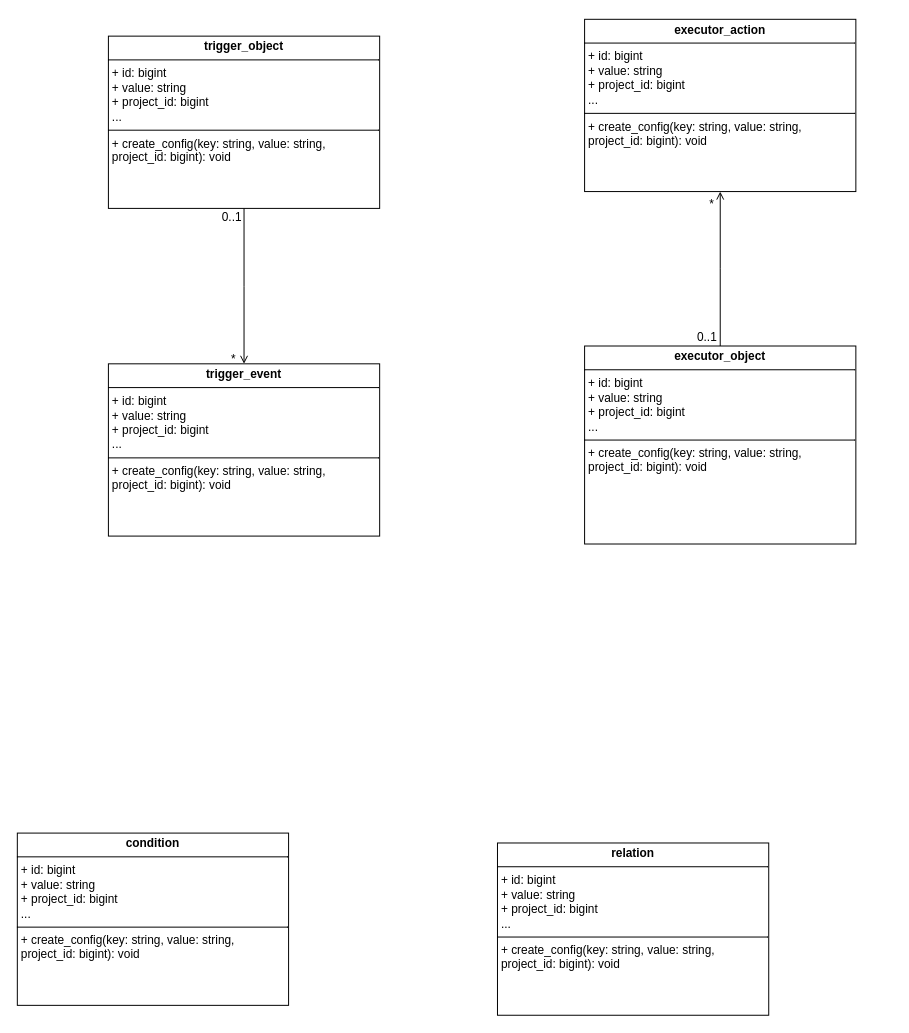
Earlier version of the draw.io diagram 自动化协作类图.drawio (qf2020/drawio). Source tidied: cells renumbered, new cells numbered last; positions are measured from the earlier drawing's top-left corner, leaving out a move shared by most shapes. Both pictures are drawn from the tidied source at 99%, with x=0, y=0 at pixel (17, 19).
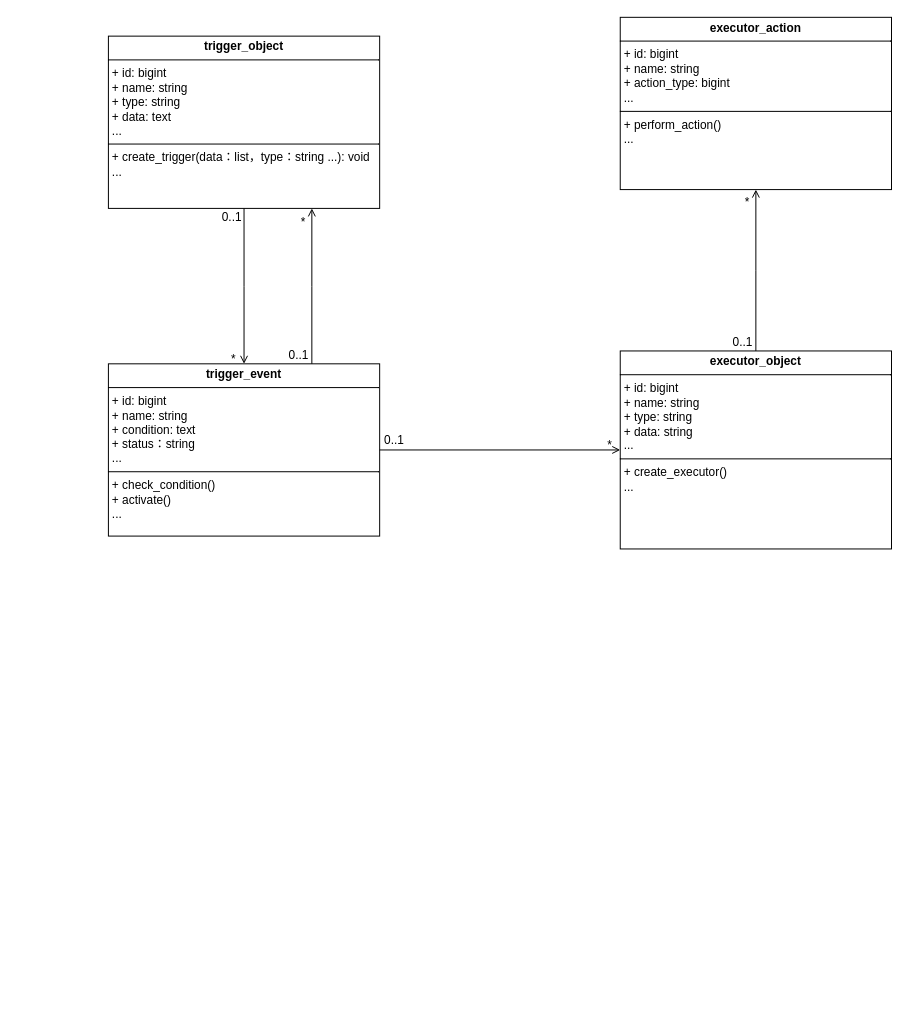
Above is the later version.

Commit message:
更新自动化协作类图.drawio

The edit, as a diff of the source:
```diff
@@
-    <mxCell id="2" value="&lt;p style=&quot;margin:0px;margin-top:4px;text-align:center;&quot;&gt;&lt;b&gt;trigger_object&lt;/b&gt;&lt;/p&gt;&lt;hr size=&quot;1&quot; style=&quot;border-style:solid;&quot;&gt;&lt;p style=&quot;margin:0px;margin-left:4px;&quot;&gt;&lt;span style=&quot;background-color: transparent; color: light-dark(rgb(0, 0, 0), rgb(255, 255, 255));&quot;&gt;+ id: bigint&lt;/span&gt;&lt;/p&gt;&lt;p style=&quot;margin:0px;margin-left:4px;&quot;&gt;&lt;span style=&quot;background-color: transparent; color: light-dark(rgb(0, 0, 0), rgb(255, 255, 255));&quot;&gt;+ value: string&lt;/span&gt;&lt;/p&gt;&lt;p style=&quot;margin:0px;margin-left:4px;&quot;&gt;+ project_id: bigint&lt;/p&gt;&lt;p style=&quot;margin:0px;margin-left:4px;&quot;&gt;...&lt;/p&gt;&lt;hr size=&quot;1&quot; style=&quot;border-style:solid;&quot;&gt;&lt;p style=&quot;margin:0px;margin-left:4px;&quot;&gt;&lt;span style=&quot;background-color: transparent; color: light-dark(rgb(0, 0, 0), rgb(255, 255, 255));&quot;&gt;+ create_config(key: string, value: string, project_id: bigint): void&lt;/span&gt;&lt;/p&gt;&lt;p style=&quot;margin:0px;margin-left:4px;&quot;&gt;&lt;br&gt;&lt;/p&gt;" style="verticalAlign=top;align=left;overflow=fill;html=1;whiteSpace=wrap;" parent="1" vertex="1">
+    <mxCell id="2" value="&lt;p style=&quot;margin:0px;margin-top:4px;text-align:center;&quot;&gt;&lt;b&gt;trigger_object&lt;/b&gt;&lt;/p&gt;&lt;hr size=&quot;1&quot; style=&quot;border-style:solid;&quot;&gt;&lt;p style=&quot;margin:0px;margin-left:4px;&quot;&gt;&lt;span style=&quot;background-color: transparent; color: light-dark(rgb(0, 0, 0), rgb(255, 255, 255));&quot;&gt;+ id: bigint&lt;/span&gt;&lt;/p&gt;&lt;p style=&quot;margin:0px;margin-left:4px;&quot;&gt;&lt;span style=&quot;background-color: transparent; color: light-dark(rgb(0, 0, 0), rgb(255, 255, 255));&quot;&gt;+ name: string&lt;/span&gt;&lt;/p&gt;&lt;p style=&quot;margin:0px;margin-left:4px;&quot;&gt;+ type: string&lt;/p&gt;&lt;p style=&quot;margin:0px;margin-left:4px;&quot;&gt;+ data: text&lt;/p&gt;&lt;p style=&quot;margin:0px;margin-left:4px;&quot;&gt;...&lt;/p&gt;&lt;hr size=&quot;1&quot; style=&quot;border-style:solid;&quot;&gt;&lt;p style=&quot;margin:0px;margin-left:4px;&quot;&gt;&lt;span style=&quot;background-color: transparent; color: light-dark(rgb(0, 0, 0), rgb(255, 255, 255));&quot;&gt;+ create_trigger(data：list，type：string ...): void&lt;/span&gt;&lt;/p&gt;&lt;p style=&quot;margin:0px;margin-left:4px;&quot;&gt;...&lt;/p&gt;&lt;p style=&quot;margin:0px;margin-left:4px;&quot;&gt;&lt;br&gt;&lt;/p&gt;" style="verticalAlign=top;align=left;overflow=fill;html=1;whiteSpace=wrap;" parent="1" vertex="1">
       <mxGeometry x="92" y="17" width="274" height="174" as="geometry" />
     </mxCell>
-    <mxCell id="3" value="&lt;p style=&quot;margin:0px;margin-top:4px;text-align:center;&quot;&gt;&lt;b&gt;executor_object&lt;/b&gt;&lt;/p&gt;&lt;hr size=&quot;1&quot; style=&quot;border-style:solid;&quot;&gt;&lt;p style=&quot;margin:0px;margin-left:4px;&quot;&gt;&lt;span style=&quot;background-color: transparent; color: light-dark(rgb(0, 0, 0), rgb(255, 255, 255));&quot;&gt;+ id: bigint&lt;/span&gt;&lt;/p&gt;&lt;p style=&quot;margin:0px;margin-left:4px;&quot;&gt;&lt;span style=&quot;background-color: transparent; color: light-dark(rgb(0, 0, 0), rgb(255, 255, 255));&quot;&gt;+ value: string&lt;/span&gt;&lt;/p&gt;&lt;p style=&quot;margin:0px;margin-left:4px;&quot;&gt;+ project_id: bigint&lt;/p&gt;&lt;p style=&quot;margin:0px;margin-left:4px;&quot;&gt;...&lt;/p&gt;&lt;hr size=&quot;1&quot; style=&quot;border-style:solid;&quot;&gt;&lt;p style=&quot;margin:0px;margin-left:4px;&quot;&gt;&lt;span style=&quot;background-color: transparent; color: light-dark(rgb(0, 0, 0), rgb(255, 255, 255));&quot;&gt;+ create_config(key: string, value: string, project_id: bigint): void&lt;/span&gt;&lt;/p&gt;&lt;p style=&quot;margin:0px;margin-left:4px;&quot;&gt;&lt;br&gt;&lt;/p&gt;" style="verticalAlign=top;align=left;overflow=fill;html=1;whiteSpace=wrap;" parent="1" vertex="1">
-      <mxGeometry x="573" y="330" width="274" height="200" as="geometry" />
+    <mxCell id="3" value="&lt;p style=&quot;margin:0px;margin-top:4px;text-align:center;&quot;&gt;&lt;b&gt;executor_object&lt;/b&gt;&lt;/p&gt;&lt;hr size=&quot;1&quot; style=&quot;border-style:solid;&quot;&gt;&lt;p style=&quot;margin: 0px 0px 0px 4px;&quot;&gt;&lt;span style=&quot;background-color: transparent; color: light-dark(rgb(0, 0, 0), rgb(255, 255, 255));&quot;&gt;+ id: bigint&lt;/span&gt;&lt;/p&gt;&lt;p style=&quot;margin: 0px 0px 0px 4px;&quot;&gt;&lt;span style=&quot;background-color: transparent; color: light-dark(rgb(0, 0, 0), rgb(255, 255, 255));&quot;&gt;+ name: string&lt;/span&gt;&lt;/p&gt;&lt;p style=&quot;margin: 0px 0px 0px 4px;&quot;&gt;+ type: string&lt;/p&gt;&lt;p style=&quot;margin: 0px 0px 0px 4px;&quot;&gt;+ data: string&lt;/p&gt;&lt;p style=&quot;margin: 0px 0px 0px 4px;&quot;&gt;...&lt;/p&gt;&lt;hr size=&quot;1&quot; style=&quot;border-style:solid;&quot;&gt;&lt;p style=&quot;margin:0px;margin-left:4px;&quot;&gt;&lt;span style=&quot;background-color: transparent; color: light-dark(rgb(0, 0, 0), rgb(255, 255, 255));&quot;&gt;+ create_executor()&lt;/span&gt;&lt;/p&gt;&lt;p style=&quot;margin:0px;margin-left:4px;&quot;&gt;&lt;span style=&quot;background-color: transparent; color: light-dark(rgb(0, 0, 0), rgb(255, 255, 255));&quot;&gt;...&lt;/span&gt;&lt;/p&gt;&lt;p style=&quot;margin:0px;margin-left:4px;&quot;&gt;&lt;br&gt;&lt;/p&gt;" style="verticalAlign=top;align=left;overflow=fill;html=1;whiteSpace=wrap;" parent="1" vertex="1">
+      <mxGeometry x="609" y="335" width="274" height="200" as="geometry" />
     </mxCell>
-    <mxCell id="4" value="&lt;p style=&quot;margin:0px;margin-top:4px;text-align:center;&quot;&gt;&lt;b&gt;condition&lt;/b&gt;&lt;/p&gt;&lt;hr size=&quot;1&quot; style=&quot;border-style:solid;&quot;&gt;&lt;p style=&quot;margin:0px;margin-left:4px;&quot;&gt;&lt;span style=&quot;background-color: transparent; color: light-dark(rgb(0, 0, 0), rgb(255, 255, 255));&quot;&gt;+ id: bigint&lt;/span&gt;&lt;/p&gt;&lt;p style=&quot;margin:0px;margin-left:4px;&quot;&gt;&lt;span style=&quot;background-color: transparent; color: light-dark(rgb(0, 0, 0), rgb(255, 255, 255));&quot;&gt;+ value: string&lt;/span&gt;&lt;/p&gt;&lt;p style=&quot;margin:0px;margin-left:4px;&quot;&gt;+ project_id: bigint&lt;/p&gt;&lt;p style=&quot;margin:0px;margin-left:4px;&quot;&gt;...&lt;/p&gt;&lt;hr size=&quot;1&quot; style=&quot;border-style:solid;&quot;&gt;&lt;p style=&quot;margin:0px;margin-left:4px;&quot;&gt;&lt;span style=&quot;background-color: transparent; color: light-dark(rgb(0, 0, 0), rgb(255, 255, 255));&quot;&gt;+ create_config(key: string, value: string, project_id: bigint): void&lt;/span&gt;&lt;/p&gt;&lt;p style=&quot;margin:0px;margin-left:4px;&quot;&gt;&lt;br&gt;&lt;/p&gt;" style="verticalAlign=top;align=left;overflow=fill;html=1;whiteSpace=wrap;" parent="1" vertex="1">
-      <mxGeometry y="822" width="274" height="174" as="geometry" />
-    </mxCell>
-    <mxCell id="5" value="&lt;p style=&quot;margin:0px;margin-top:4px;text-align:center;&quot;&gt;&lt;b&gt;relation&lt;/b&gt;&lt;/p&gt;&lt;hr size=&quot;1&quot; style=&quot;border-style:solid;&quot;&gt;&lt;p style=&quot;margin:0px;margin-left:4px;&quot;&gt;&lt;span style=&quot;background-color: transparent; color: light-dark(rgb(0, 0, 0), rgb(255, 255, 255));&quot;&gt;+ id: bigint&lt;/span&gt;&lt;/p&gt;&lt;p style=&quot;margin:0px;margin-left:4px;&quot;&gt;&lt;span style=&quot;background-color: transparent; color: light-dark(rgb(0, 0, 0), rgb(255, 255, 255));&quot;&gt;+ value: string&lt;/span&gt;&lt;/p&gt;&lt;p style=&quot;margin:0px;margin-left:4px;&quot;&gt;+ project_id: bigint&lt;/p&gt;&lt;p style=&quot;margin:0px;margin-left:4px;&quot;&gt;...&lt;/p&gt;&lt;hr size=&quot;1&quot; style=&quot;border-style:solid;&quot;&gt;&lt;p style=&quot;margin:0px;margin-left:4px;&quot;&gt;&lt;span style=&quot;background-color: transparent; color: light-dark(rgb(0, 0, 0), rgb(255, 255, 255));&quot;&gt;+ create_config(key: string, value: string, project_id: bigint): void&lt;/span&gt;&lt;/p&gt;&lt;p style=&quot;margin:0px;margin-left:4px;&quot;&gt;&lt;br&gt;&lt;/p&gt;" style="verticalAlign=top;align=left;overflow=fill;html=1;whiteSpace=wrap;" parent="1" vertex="1">
-      <mxGeometry x="485" y="832" width="274" height="174" as="geometry" />
-    </mxCell>
-    <mxCell id="6" value="&lt;p style=&quot;margin:0px;margin-top:4px;text-align:center;&quot;&gt;&lt;b&gt;trigger_event&lt;/b&gt;&lt;/p&gt;&lt;hr size=&quot;1&quot; style=&quot;border-style:solid;&quot;&gt;&lt;p style=&quot;margin:0px;margin-left:4px;&quot;&gt;&lt;span style=&quot;background-color: transparent; color: light-dark(rgb(0, 0, 0), rgb(255, 255, 255));&quot;&gt;+ id: bigint&lt;/span&gt;&lt;/p&gt;&lt;p style=&quot;margin:0px;margin-left:4px;&quot;&gt;&lt;span style=&quot;background-color: transparent; color: light-dark(rgb(0, 0, 0), rgb(255, 255, 255));&quot;&gt;+ value: string&lt;/span&gt;&lt;/p&gt;&lt;p style=&quot;margin:0px;margin-left:4px;&quot;&gt;+ project_id: bigint&lt;/p&gt;&lt;p style=&quot;margin:0px;margin-left:4px;&quot;&gt;...&lt;/p&gt;&lt;hr size=&quot;1&quot; style=&quot;border-style:solid;&quot;&gt;&lt;p style=&quot;margin:0px;margin-left:4px;&quot;&gt;&lt;span style=&quot;background-color: transparent; color: light-dark(rgb(0, 0, 0), rgb(255, 255, 255));&quot;&gt;+ create_config(key: string, value: string, project_id: bigint): void&lt;/span&gt;&lt;/p&gt;&lt;p style=&quot;margin:0px;margin-left:4px;&quot;&gt;&lt;br&gt;&lt;/p&gt;" style="verticalAlign=top;align=left;overflow=fill;html=1;whiteSpace=wrap;" parent="1" vertex="1">
+    <mxCell id="6" value="&lt;p style=&quot;margin:0px;margin-top:4px;text-align:center;&quot;&gt;&lt;b&gt;trigger_event&lt;/b&gt;&lt;/p&gt;&lt;hr size=&quot;1&quot; style=&quot;border-style:solid;&quot;&gt;&lt;p style=&quot;margin:0px;margin-left:4px;&quot;&gt;&lt;span style=&quot;background-color: transparent; color: light-dark(rgb(0, 0, 0), rgb(255, 255, 255));&quot;&gt;+ id: bigint&lt;/span&gt;&lt;/p&gt;&lt;p style=&quot;margin:0px;margin-left:4px;&quot;&gt;&lt;span style=&quot;background-color: transparent; color: light-dark(rgb(0, 0, 0), rgb(255, 255, 255));&quot;&gt;+ name: string&lt;/span&gt;&lt;/p&gt;&lt;p style=&quot;margin:0px;margin-left:4px;&quot;&gt;+ condition: text&lt;/p&gt;&lt;p style=&quot;margin:0px;margin-left:4px;&quot;&gt;+ status：string&lt;/p&gt;&lt;p style=&quot;margin:0px;margin-left:4px;&quot;&gt;...&lt;/p&gt;&lt;hr size=&quot;1&quot; style=&quot;border-style:solid;&quot;&gt;&lt;p style=&quot;margin:0px;margin-left:4px;&quot;&gt;&lt;span style=&quot;background-color: transparent; color: light-dark(rgb(0, 0, 0), rgb(255, 255, 255));&quot;&gt;+ check_condition()&lt;br&gt;+ activate()&lt;/span&gt;&lt;/p&gt;&lt;p style=&quot;margin:0px;margin-left:4px;&quot;&gt;&lt;span style=&quot;background-color: transparent; color: light-dark(rgb(0, 0, 0), rgb(255, 255, 255));&quot;&gt;...&lt;/span&gt;&lt;/p&gt;&lt;p style=&quot;margin:0px;margin-left:4px;&quot;&gt;&lt;br&gt;&lt;/p&gt;" style="verticalAlign=top;align=left;overflow=fill;html=1;whiteSpace=wrap;" parent="1" vertex="1">
       <mxGeometry x="92" y="348" width="274" height="174" as="geometry" />
     </mxCell>
-    <mxCell id="7" value="&lt;p style=&quot;margin:0px;margin-top:4px;text-align:center;&quot;&gt;&lt;b&gt;executor_action&lt;/b&gt;&lt;/p&gt;&lt;hr size=&quot;1&quot; style=&quot;border-style:solid;&quot;&gt;&lt;p style=&quot;margin:0px;margin-left:4px;&quot;&gt;&lt;span style=&quot;background-color: transparent; color: light-dark(rgb(0, 0, 0), rgb(255, 255, 255));&quot;&gt;+ id: bigint&lt;/span&gt;&lt;/p&gt;&lt;p style=&quot;margin:0px;margin-left:4px;&quot;&gt;&lt;span style=&quot;background-color: transparent; color: light-dark(rgb(0, 0, 0), rgb(255, 255, 255));&quot;&gt;+ value: string&lt;/span&gt;&lt;/p&gt;&lt;p style=&quot;margin:0px;margin-left:4px;&quot;&gt;+ project_id: bigint&lt;/p&gt;&lt;p style=&quot;margin:0px;margin-left:4px;&quot;&gt;...&lt;/p&gt;&lt;hr size=&quot;1&quot; style=&quot;border-style:solid;&quot;&gt;&lt;p style=&quot;margin:0px;margin-left:4px;&quot;&gt;&lt;span style=&quot;background-color: transparent; color: light-dark(rgb(0, 0, 0), rgb(255, 255, 255));&quot;&gt;+ create_config(key: string, value: string, project_id: bigint): void&lt;/span&gt;&lt;/p&gt;&lt;p style=&quot;margin:0px;margin-left:4px;&quot;&gt;&lt;br&gt;&lt;/p&gt;" style="verticalAlign=top;align=left;overflow=fill;html=1;whiteSpace=wrap;" parent="1" vertex="1">
-      <mxGeometry x="573" width="274" height="174" as="geometry" />
+    <mxCell id="7" value="&lt;p style=&quot;margin:0px;margin-top:4px;text-align:center;&quot;&gt;&lt;b&gt;executor_action&lt;/b&gt;&lt;/p&gt;&lt;hr size=&quot;1&quot; style=&quot;border-style:solid;&quot;&gt;&lt;p style=&quot;margin:0px;margin-left:4px;&quot;&gt;&lt;span style=&quot;background-color: transparent; color: light-dark(rgb(0, 0, 0), rgb(255, 255, 255));&quot;&gt;+ id: bigint&lt;/span&gt;&lt;/p&gt;&lt;p style=&quot;margin:0px;margin-left:4px;&quot;&gt;&lt;span style=&quot;background-color: transparent; color: light-dark(rgb(0, 0, 0), rgb(255, 255, 255));&quot;&gt;+ name: string&lt;/span&gt;&lt;/p&gt;&lt;p style=&quot;margin:0px;margin-left:4px;&quot;&gt;+ action_type: bigint&lt;/p&gt;&lt;p style=&quot;margin:0px;margin-left:4px;&quot;&gt;...&lt;/p&gt;&lt;hr size=&quot;1&quot; style=&quot;border-style:solid;&quot;&gt;&lt;p style=&quot;margin:0px;margin-left:4px;&quot;&gt;&lt;span style=&quot;background-color: transparent; color: light-dark(rgb(0, 0, 0), rgb(255, 255, 255));&quot;&gt;+ perform_action()&lt;/span&gt;&lt;/p&gt;&lt;p style=&quot;margin:0px;margin-left:4px;&quot;&gt;&lt;span style=&quot;background-color: transparent; color: light-dark(rgb(0, 0, 0), rgb(255, 255, 255));&quot;&gt;...&lt;/span&gt;&lt;/p&gt;&lt;p style=&quot;margin:0px;margin-left:4px;&quot;&gt;&lt;br&gt;&lt;/p&gt;" style="verticalAlign=top;align=left;overflow=fill;html=1;whiteSpace=wrap;" parent="1" vertex="1">
+      <mxGeometry x="609" y="-2" width="274" height="174" as="geometry" />
     </mxCell>
@@
+    <mxCell id="14" style="endArrow=open;shadow=0;strokeWidth=1;rounded=0;endFill=1;elbow=vertical;exitX=1;exitY=0.5;exitDx=0;exitDy=0;entryX=0;entryY=0.5;entryDx=0;entryDy=0;" parent="1" edge="1" source="6" target="3">
+      <mxGeometry x="0.5" y="41" relative="1" as="geometry">
+        <mxPoint x="-40" y="32" as="offset" />
+      </mxGeometry>
+    </mxCell>
+    <mxCell id="15" value="0..1" style="align=left;verticalAlign=bottom;labelBackgroundColor=none;fontSize=12;" parent="14" vertex="1">
+      <mxGeometry x="-1" relative="1" as="geometry">
+        <mxPoint x="3" y="-2" as="offset" />
+      </mxGeometry>
+    </mxCell>
+    <mxCell id="16" value="*" style="align=right;verticalAlign=bottom;labelBackgroundColor=none;fontSize=12;" parent="14" vertex="1">
+      <mxGeometry x="1" relative="1" as="geometry">
+        <mxPoint x="-7" y="4" as="offset" />
+      </mxGeometry>
+    </mxCell>
+    <mxCell id="17" style="endArrow=open;shadow=0;strokeWidth=1;rounded=0;curved=0;endFill=1;edgeStyle=elbowEdgeStyle;elbow=vertical;entryX=0.75;entryY=1;entryDx=0;entryDy=0;exitX=0.75;exitY=0;exitDx=0;exitDy=0;" parent="1" edge="1" source="6" target="2">
+      <mxGeometry x="0.5" y="41" relative="1" as="geometry">
+        <mxPoint x="-40" y="32" as="offset" />
+      </mxGeometry>
+    </mxCell>
+    <mxCell id="18" value="0..1" style="align=left;verticalAlign=bottom;labelBackgroundColor=none;fontSize=12;" parent="17" vertex="1">
+      <mxGeometry x="-1" relative="1" as="geometry">
+        <mxPoint x="-25" as="offset" />
+      </mxGeometry>
+    </mxCell>
+    <mxCell id="19" value="*" style="align=right;verticalAlign=bottom;labelBackgroundColor=none;fontSize=12;" parent="17" vertex="1">
+      <mxGeometry x="1" relative="1" as="geometry">
+        <mxPoint x="-5" y="22" as="offset" />
+      </mxGeometry>
+    </mxCell>
```
